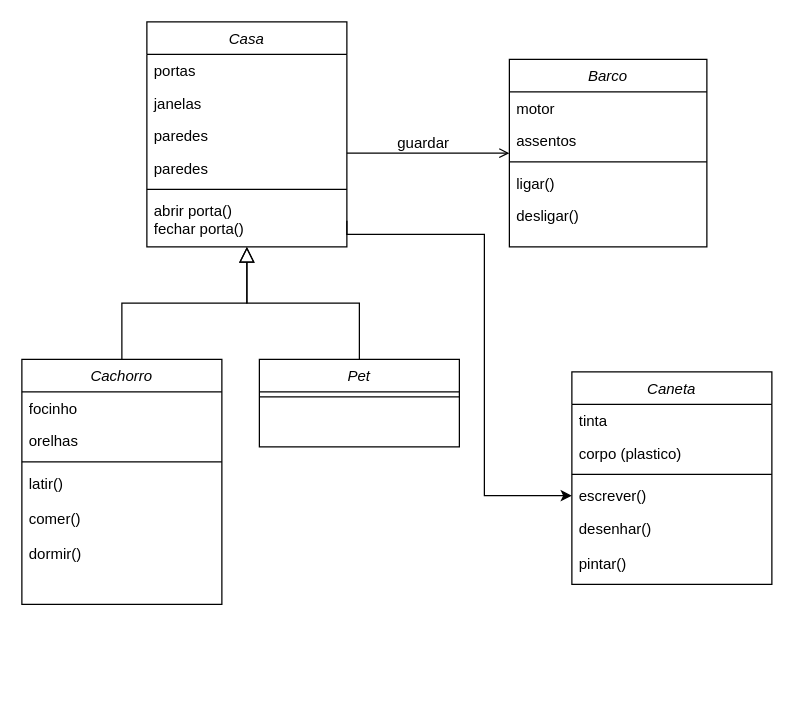
The draw.io diagram Diagrama sem nome.drawio in sofiadama/python, before the edit. Source tidied: cells renumbered, new cells numbered last; positions are measured from the earlier drawing's top-left corner, leaving out a move shared by most shapes. Both pictures are drawn from the tidied source at 125%, with x=0, y=0 at pixel (21, 21).
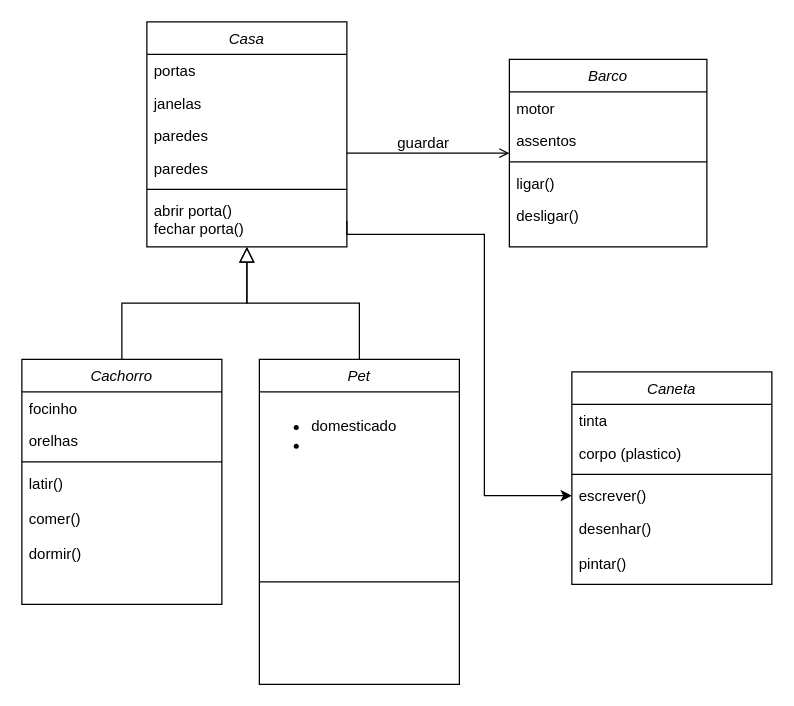
The same page after the edit.

Change to the diagram source:
```diff
@@
     <mxCell id="15" value="Pet" style="swimlane;fontStyle=2;align=center;verticalAlign=top;horizontal=1;startSize=26;rounded=0;shadow=0;strokeWidth=1;" parent="1" vertex="1">
-      <mxGeometry x="190" y="270" width="160" height="70" as="geometry" />
+      <mxGeometry x="190" y="270" width="160" height="260" as="geometry" />
     </mxCell>
+    <mxCell id="35" value="&lt;ul&gt;&lt;li&gt;domesticado&lt;/li&gt;&lt;li&gt;&lt;br&gt;&lt;/li&gt;&lt;/ul&gt;" style="text;html=1;align=left;verticalAlign=middle;strokeColor=none;fillColor=none;" parent="15" vertex="1">
+      <mxGeometry y="26" width="160" height="70" as="geometry" />
+    </mxCell>
     <mxCell id="16" style="line;html=1;strokeWidth=1;align=left;verticalAlign=middle;spacingTop=-1;spacingLeft=3;spacingRight=3;labelPosition=right;" parent="15" vertex="1">
-      <mxGeometry y="26" width="160" height="8" as="geometry" />
+      <mxGeometry y="96" width="160" height="164" as="geometry" />
     </mxCell>
```
